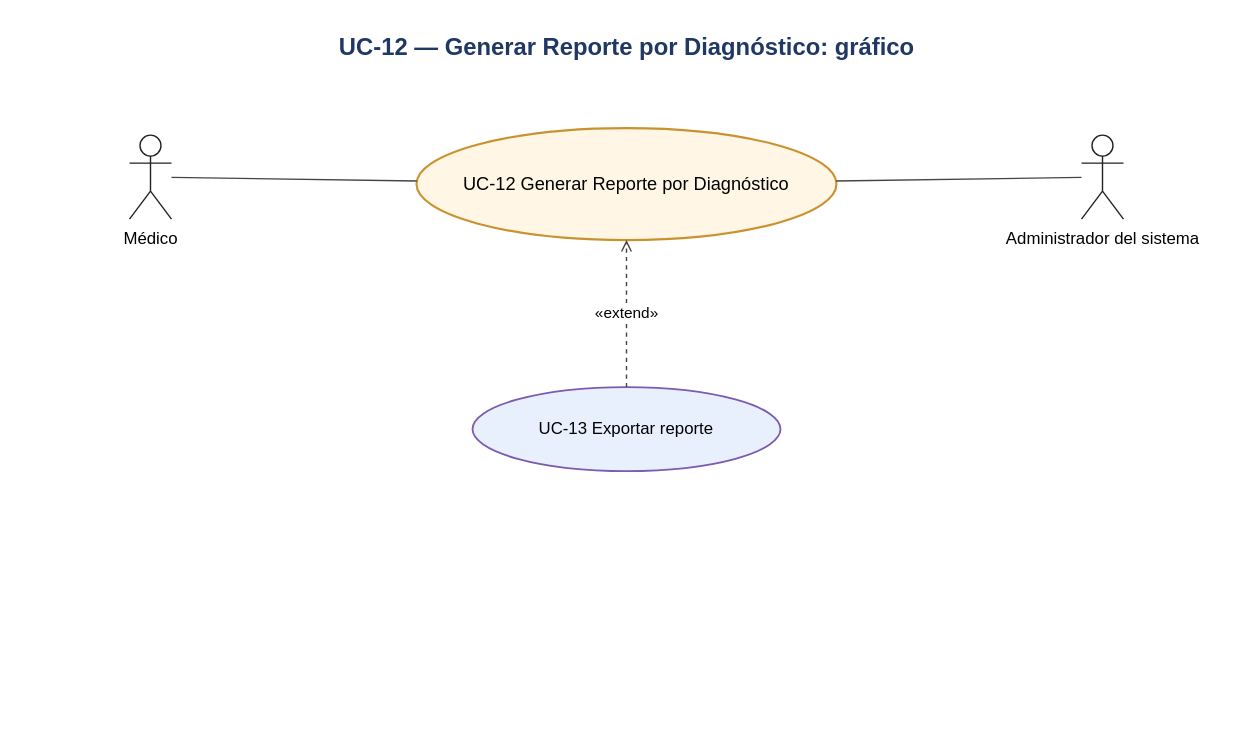
The draw.io diagram Diagramas/UC-12/UC-12 - Gráfico.drawio in DanteSchlogl/OpenRIN-corregido, before the edit. Source tidied: cells renumbered, new cells numbered last; positions are measured from the earlier drawing's top-left corner, leaving out a move shared by most shapes. Both pictures are drawn from the tidied source at 140%, with x=0, y=0 at pixel (24, 24).
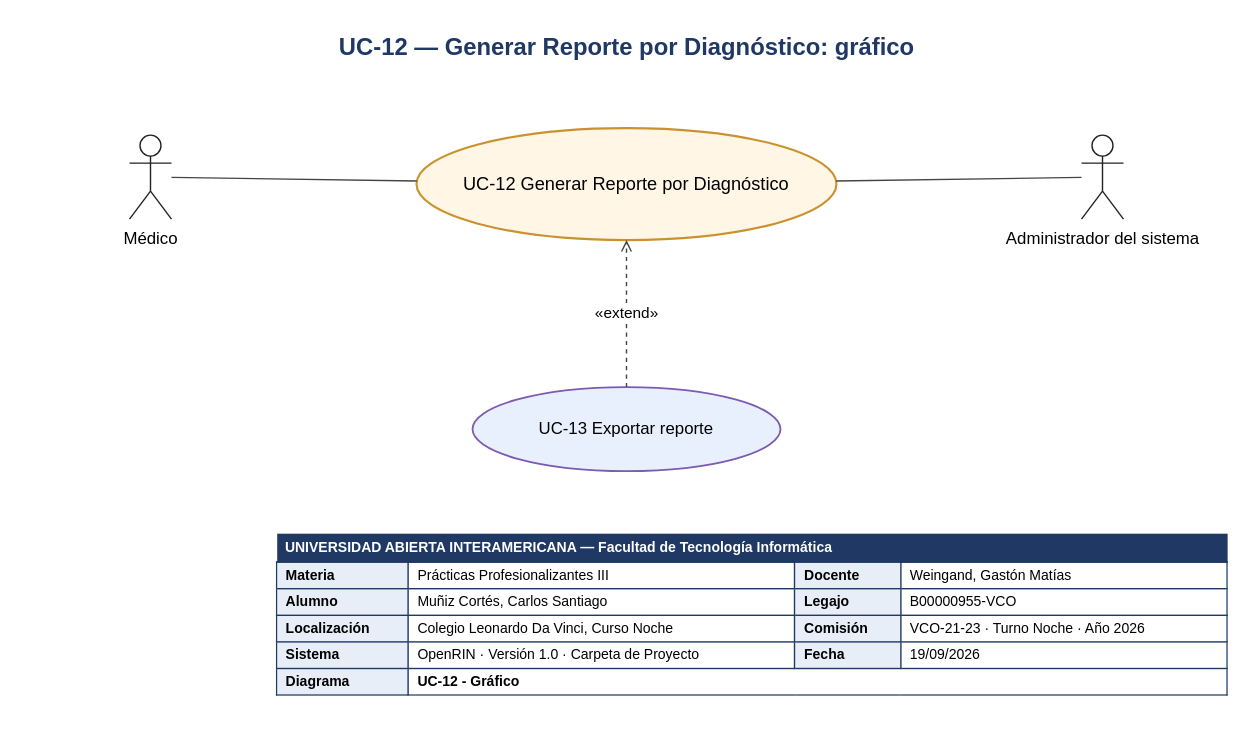
The same page after the edit.

The edit, as a diff of the source:
```diff
@@
 <mxGraphModel>
   <root>
     <mxCell id="0" />
     <mxCell id="1" parent="0" />
     <mxCell id="2" value="UC-12 — Generar Reporte por Diagnóstico: gráfico" style="text;html=1;strokeColor=none;fillColor=none;fontFamily=Arial;whiteSpace=nowrap;fontSize=17;fontStyle=1;fontColor=#1F3864;align=center;" parent="1" vertex="1">
       <mxGeometry width="860" height="28" as="geometry" />
     </mxCell>
     <mxCell id="3" value="UC-12 Generar Reporte por Diagnóstico" style="ellipse;whiteSpace=wrap;html=1;fillColor=#FFF6E5;strokeColor=#C9922E;strokeWidth=1.5;fontFamily=Arial;fontSize=13;" parent="1" vertex="1">
       <mxGeometry x="280" y="74" width="300" height="80" as="geometry" />
     </mxCell>
     <mxCell id="4" value="Médico" style="shape=umlActor;verticalLabelPosition=bottom;verticalAlign=top;html=1;outlineConnect=0;strokeColor=#222222;fillColor=none;fontFamily=Arial;fontSize=12;" parent="1" vertex="1">
       <mxGeometry x="75" y="79" width="30" height="60" as="geometry" />
     </mxCell>
     <mxCell id="5" style="endArrow=none;html=1;strokeColor=#444444;" parent="1" edge="1" source="4" target="3">
       <mxGeometry relative="1" as="geometry" />
     </mxCell>
     <mxCell id="6" value="Administrador del sistema" style="shape=umlActor;verticalLabelPosition=bottom;verticalAlign=top;html=1;outlineConnect=0;strokeColor=#222222;fillColor=none;fontFamily=Arial;fontSize=12;" parent="1" vertex="1">
       <mxGeometry x="755" y="79" width="30" height="60" as="geometry" />
     </mxCell>
     <mxCell id="7" style="endArrow=none;html=1;strokeColor=#444444;" parent="1" edge="1" source="6" target="3">
       <mxGeometry relative="1" as="geometry" />
     </mxCell>
     <mxCell id="8" value="UC-13 Exportar reporte" style="ellipse;whiteSpace=wrap;html=1;fillColor=#E8F0FE;strokeColor=#7D5BB0;strokeWidth=1.3;fontFamily=Arial;fontSize=12;" parent="1" vertex="1">
       <mxGeometry x="320" y="259" width="220" height="60" as="geometry" />
     </mxCell>
     <mxCell id="9" value="«extend»" style="html=1;dashed=1;endArrow=open;endFill=0;strokeColor=#444444;fontFamily=Arial;fontSize=11;labelBackgroundColor=#FFFFFF;" parent="1" edge="1" source="8" target="3">
       <mxGeometry relative="1" as="geometry" />
     </mxCell>
+    <mxCell id="10" value="&lt;table style=&quot;border-collapse:collapse;font-family:Arial;font-size:10px;width:680px;table-layout:auto;&quot;&gt;&lt;tr&gt;&lt;td colspan=&quot;4&quot; style=&quot;background:#1F3864;color:#FFFFFF;font-weight:bold;padding:4px 6px;&quot;&gt;UNIVERSIDAD ABIERTA INTERAMERICANA — Facultad de Tecnología Informática&lt;/td&gt;&lt;/tr&gt;&lt;tr&gt;&lt;td style=&quot;border:1px solid #1F3864;padding:3px 6px;font-weight:bold;background:#E8EEF8;white-space:nowrap;&quot;&gt;Materia&lt;/td&gt;&lt;td style=&quot;border:1px solid #1F3864;padding:3px 6px;&quot;&gt;Prácticas Profesionalizantes III&lt;/td&gt;&lt;td style=&quot;border:1px solid #1F3864;padding:3px 6px;font-weight:bold;background:#E8EEF8;white-space:nowrap;&quot;&gt;Docente&lt;/td&gt;&lt;td style=&quot;border:1px solid #1F3864;padding:3px 6px;&quot;&gt;Weingand, Gastón Matías&lt;/td&gt;&lt;/tr&gt;&lt;tr&gt;&lt;td style=&quot;border:1px solid #1F3864;padding:3px 6px;font-weight:bold;background:#E8EEF8;white-space:nowrap;&quot;&gt;Alumno&lt;/td&gt;&lt;td style=&quot;border:1px solid #1F3864;padding:3px 6px;&quot;&gt;Muñiz Cortés, Carlos Santiago&lt;/td&gt;&lt;td style=&quot;border:1px solid #1F3864;padding:3px 6px;font-weight:bold;background:#E8EEF8;white-space:nowrap;&quot;&gt;Legajo&lt;/td&gt;&lt;td style=&quot;border:1px solid #1F3864;padding:3px 6px;&quot;&gt;B00000955-VCO&lt;/td&gt;&lt;/tr&gt;&lt;tr&gt;&lt;td style=&quot;border:1px solid #1F3864;padding:3px 6px;font-weight:bold;background:#E8EEF8;white-space:nowrap;&quot;&gt;Localización&lt;/td&gt;&lt;td style=&quot;border:1px solid #1F3864;padding:3px 6px;&quot;&gt;Colegio Leonardo Da Vinci, Curso Noche&lt;/td&gt;&lt;td style=&quot;border:1px solid #1F3864;padding:3px 6px;font-weight:bold;background:#E8EEF8;white-space:nowrap;&quot;&gt;Comisión&lt;/td&gt;&lt;td style=&quot;border:1px solid #1F3864;padding:3px 6px;&quot;&gt;VCO-21-23 · Turno Noche · Año 2026&lt;/td&gt;&lt;/tr&gt;&lt;tr&gt;&lt;td style=&quot;border:1px solid #1F3864;padding:3px 6px;font-weight:bold;background:#E8EEF8;white-space:nowrap;&quot;&gt;Sistema&lt;/td&gt;&lt;td style=&quot;border:1px solid #1F3864;padding:3px 6px;&quot;&gt;OpenRIN · Versión 1.0 · Carpeta de Proyecto&lt;/td&gt;&lt;td style=&quot;border:1px solid #1F3864;padding:3px 6px;font-weight:bold;background:#E8EEF8;white-space:nowrap;&quot;&gt;Fecha&lt;/td&gt;&lt;td style=&quot;border:1px solid #1F3864;padding:3px 6px;&quot;&gt;19/09/2026&lt;/td&gt;&lt;/tr&gt;&lt;tr&gt;&lt;td style=&quot;border:1px solid #1F3864;padding:3px 6px;font-weight:bold;background:#E8EEF8;white-space:nowrap;&quot;&gt;Diagrama&lt;/td&gt;&lt;td colspan=&quot;3&quot; style=&quot;border:1px solid #1F3864;padding:3px 6px;font-weight:bold;&quot;&gt;UC-12 - Gráfico&lt;/td&gt;&lt;/tr&gt;&lt;/table&gt;" style="html=1;whiteSpace=wrap;overflow=hidden;align=left;verticalAlign=top;fillColor=#FFFFFF;strokeColor=none;spacing=0;" parent="1" vertex="1">
+      <mxGeometry x="180" y="359" width="680" height="136" as="geometry" />
+    </mxCell>
   </root>
 </mxGraphModel>
```
